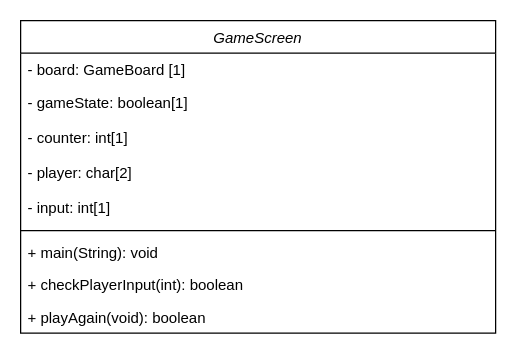
c-tollison/extendedConnectX keeps this draw.io diagram as DRAW_IO/GameScreen.drawio. Above is the earlier version. Source tidied: cells renumbered, new cells numbered last; positions are measured from the earlier drawing's top-left corner, leaving out a move shared by most shapes. Both pictures are drawn from the tidied source at 125%, with x=0, y=0 at pixel (20, 20).
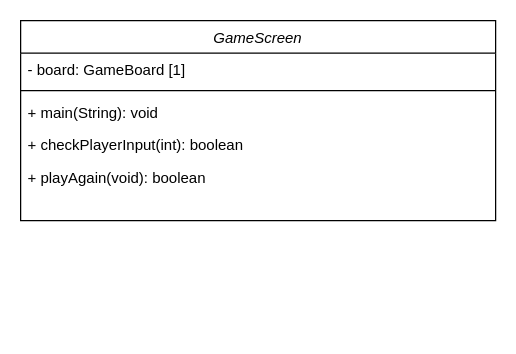
After the change.

Change to the diagram source:
```diff
@@
 <mxGraphModel>
   <root>
     <mxCell id="0" />
     <mxCell id="1" parent="0" />
     <mxCell id="2" value="GameScreen" style="swimlane;fontStyle=2;align=center;verticalAlign=top;horizontal=1;startSize=26;rounded=0;shadow=0;strokeWidth=1;" parent="1" vertex="1">
-      <mxGeometry width="380" height="250" as="geometry" />
+      <mxGeometry width="380" height="160" as="geometry" />
     </mxCell>
     <mxCell id="3" value="- board: GameBoard [1]" style="text;align=left;verticalAlign=top;spacingLeft=4;spacingRight=4;overflow=hidden;" parent="2" vertex="1">
       <mxGeometry y="26" width="380" height="26" as="geometry" />
     </mxCell>
-    <mxCell id="4" value="- gameState: boolean[1]" style="text;align=left;verticalAlign=top;spacingLeft=4;spacingRight=4;overflow=hidden;" parent="2" vertex="1">
-      <mxGeometry y="52" width="380" height="28" as="geometry" />
-    </mxCell>
-    <mxCell id="5" value="- counter: int[1]&#10;" style="text;align=left;verticalAlign=top;spacingLeft=4;spacingRight=4;overflow=hidden;" parent="2" vertex="1">
-      <mxGeometry y="80" width="380" height="28" as="geometry" />
-    </mxCell>
-    <mxCell id="6" value="- player: char[2]" style="text;align=left;verticalAlign=top;spacingLeft=4;spacingRight=4;overflow=hidden;" parent="2" vertex="1">
-      <mxGeometry y="108" width="380" height="28" as="geometry" />
-    </mxCell>
-    <mxCell id="7" value="- input: int[1]" style="text;align=left;verticalAlign=top;spacingLeft=4;spacingRight=4;overflow=hidden;" parent="2" vertex="1">
-      <mxGeometry y="136" width="380" height="28" as="geometry" />
-    </mxCell>
     <mxCell id="8" style="line;html=1;strokeWidth=1;align=left;verticalAlign=middle;spacingTop=-1;spacingLeft=3;spacingRight=3;labelPosition=right;" parent="2" vertex="1">
-      <mxGeometry y="164" width="380" height="8" as="geometry" />
+      <mxGeometry y="52" width="380" height="8" as="geometry" />
     </mxCell>
     <mxCell id="9" value="+ main(String): void" style="text;align=left;verticalAlign=top;spacingLeft=4;spacingRight=4;overflow=hidden;" parent="2" vertex="1">
-      <mxGeometry y="172" width="380" height="26" as="geometry" />
+      <mxGeometry y="60" width="380" height="26" as="geometry" />
     </mxCell>
     <mxCell id="10" value="+ checkPlayerInput(int): boolean" style="text;align=left;verticalAlign=top;spacingLeft=4;spacingRight=4;overflow=hidden;" parent="2" vertex="1">
-      <mxGeometry y="198" width="380" height="26" as="geometry" />
+      <mxGeometry y="86" width="380" height="26" as="geometry" />
     </mxCell>
     <mxCell id="11" value="+ playAgain(void): boolean" style="text;align=left;verticalAlign=top;spacingLeft=4;spacingRight=4;overflow=hidden;" parent="2" vertex="1">
-      <mxGeometry y="224" width="380" height="26" as="geometry" />
+      <mxGeometry y="112" width="380" height="26" as="geometry" />
     </mxCell>
   </root>
 </mxGraphModel>
```
